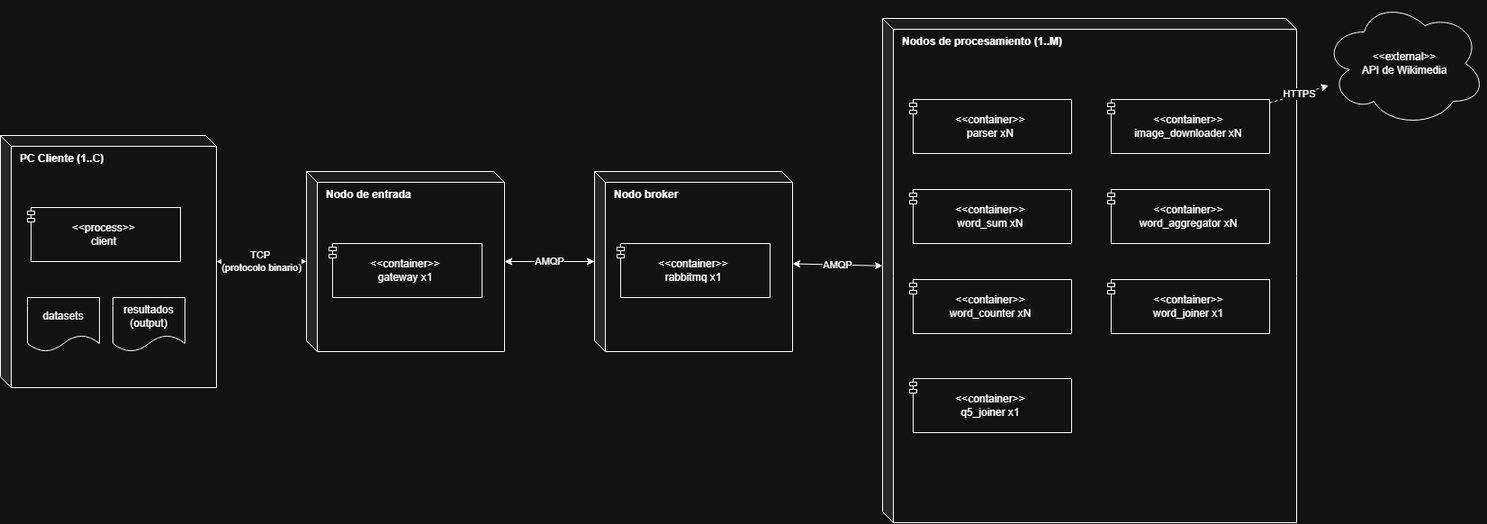
The draw.io diagram diseño/diagramas/despliegue.png in LuccaMarino/tp-grupal_Distribuidos, before a commit. Source tidied: cells renumbered, new cells last; positions are measured from the earlier drawing's top-left corner, leaving out a move shared by most shapes. Its diagram source:
```xml
<mxGraphModel>
  <root>
    <mxCell id="0" />
    <mxCell id="1" parent="0" />
    <mxCell id="2" value="PC Cliente (1..C)" style="shape=cube;whiteSpace=wrap;html=1;boundedLbl=1;backgroundOutline=1;darkOpacity=0.05;darkOpacity2=0.1;size=12;verticalAlign=top;align=left;spacingLeft=8;fontStyle=1;" parent="1" vertex="1">
      <mxGeometry y="150" width="240" height="280" as="geometry" />
    </mxCell>
    <mxCell id="3" value="&amp;lt;&amp;lt;process&amp;gt;&amp;gt;&lt;br&gt;client" style="html=1;whiteSpace=wrap;shape=module;jettyWidth=8;jettyHeight=4;" parent="2" vertex="1">
      <mxGeometry x="30" y="80" width="170" height="60" as="geometry" />
    </mxCell>
    <mxCell id="4" value="datasets" style="shape=document;whiteSpace=wrap;html=1;boundedLbl=1;" parent="2" vertex="1">
      <mxGeometry x="30" y="180" width="80" height="60" as="geometry" />
    </mxCell>
    <mxCell id="5" value="resultados&lt;br&gt;(output)" style="shape=document;whiteSpace=wrap;html=1;boundedLbl=1;" parent="2" vertex="1">
      <mxGeometry x="125" y="180" width="80" height="60" as="geometry" />
    </mxCell>
    <mxCell id="6" value="Nodo de entrada" style="shape=cube;whiteSpace=wrap;html=1;boundedLbl=1;backgroundOutline=1;darkOpacity=0.05;darkOpacity2=0.1;size=12;verticalAlign=top;align=left;spacingLeft=8;fontStyle=1;" parent="1" vertex="1">
      <mxGeometry x="340" y="190" width="220" height="200" as="geometry" />
    </mxCell>
    <mxCell id="7" value="&amp;lt;&amp;lt;container&amp;gt;&amp;gt;&lt;br&gt;gateway x1" style="html=1;whiteSpace=wrap;shape=module;jettyWidth=8;jettyHeight=4;" parent="6" vertex="1">
      <mxGeometry x="25" y="80" width="170" height="60" as="geometry" />
    </mxCell>
    <mxCell id="8" value="Nodo broker" style="shape=cube;whiteSpace=wrap;html=1;boundedLbl=1;backgroundOutline=1;darkOpacity=0.05;darkOpacity2=0.1;size=12;verticalAlign=top;align=left;spacingLeft=8;fontStyle=1;" parent="1" vertex="1">
      <mxGeometry x="660" y="190" width="220" height="200" as="geometry" />
    </mxCell>
    <mxCell id="9" value="&amp;lt;&amp;lt;container&amp;gt;&amp;gt;&lt;br&gt;rabbitmq x1" style="html=1;whiteSpace=wrap;shape=module;jettyWidth=8;jettyHeight=4;" parent="8" vertex="1">
      <mxGeometry x="25" y="80" width="170" height="60" as="geometry" />
    </mxCell>
    <mxCell id="10" value="Nodos de procesamiento (1..M)" style="shape=cube;whiteSpace=wrap;html=1;boundedLbl=1;backgroundOutline=1;darkOpacity=0.05;darkOpacity2=0.1;size=12;verticalAlign=top;align=left;spacingLeft=8;fontStyle=1;" parent="1" vertex="1">
      <mxGeometry x="980" y="20" width="460" height="560" as="geometry" />
    </mxCell>
    <mxCell id="11" value="&amp;lt;&amp;lt;container&amp;gt;&amp;gt;&lt;br&gt;parser xN" style="html=1;whiteSpace=wrap;shape=module;jettyWidth=8;jettyHeight=4;" parent="10" vertex="1">
      <mxGeometry x="30" y="90" width="180" height="60" as="geometry" />
    </mxCell>
    <mxCell id="12" value="&amp;lt;&amp;lt;container&amp;gt;&amp;gt;&lt;br&gt;image_downloader xN" style="html=1;whiteSpace=wrap;shape=module;jettyWidth=8;jettyHeight=4;" parent="10" vertex="1">
      <mxGeometry x="250" y="90" width="180" height="60" as="geometry" />
    </mxCell>
    <mxCell id="13" value="&amp;lt;&amp;lt;container&amp;gt;&amp;gt;&lt;br&gt;word_sum xN" style="html=1;whiteSpace=wrap;shape=module;jettyWidth=8;jettyHeight=4;" parent="10" vertex="1">
      <mxGeometry x="30" y="190" width="180" height="60" as="geometry" />
    </mxCell>
    <mxCell id="14" value="&amp;lt;&amp;lt;container&amp;gt;&amp;gt;&lt;br&gt;word_aggregator xN" style="html=1;whiteSpace=wrap;shape=module;jettyWidth=8;jettyHeight=4;" parent="10" vertex="1">
      <mxGeometry x="250" y="190" width="180" height="60" as="geometry" />
    </mxCell>
    <mxCell id="15" value="&amp;lt;&amp;lt;container&amp;gt;&amp;gt;&lt;br&gt;word_counter xN" style="html=1;whiteSpace=wrap;shape=module;jettyWidth=8;jettyHeight=4;" parent="10" vertex="1">
      <mxGeometry x="30" y="290" width="180" height="60" as="geometry" />
    </mxCell>
    <mxCell id="16" value="&amp;lt;&amp;lt;container&amp;gt;&amp;gt;&lt;br&gt;word_joiner x1" style="html=1;whiteSpace=wrap;shape=module;jettyWidth=8;jettyHeight=4;" parent="10" vertex="1">
      <mxGeometry x="250" y="290" width="180" height="60" as="geometry" />
    </mxCell>
    <mxCell id="17" value="&amp;lt;&amp;lt;container&amp;gt;&amp;gt;&lt;br&gt;q5_joiner x1" style="html=1;whiteSpace=wrap;shape=module;jettyWidth=8;jettyHeight=4;" parent="10" vertex="1">
      <mxGeometry x="30" y="400" width="180" height="60" as="geometry" />
    </mxCell>
    <mxCell id="18" value="&amp;lt;&amp;lt;external&amp;gt;&amp;gt;&lt;br&gt;API de Wikimedia" style="ellipse;shape=cloud;whiteSpace=wrap;html=1;" parent="1" vertex="1">
      <mxGeometry x="1470" width="180" height="140" as="geometry" />
    </mxCell>
    <mxCell id="19" value="TCP&amp;nbsp;&lt;br&gt;(protocolo binario)" style="endArrow=classic;startArrow=classic;html=1;exitX=1;exitY=0.5;entryX=0;entryY=0.5;" parent="1" edge="1" source="2" target="6">
      <mxGeometry relative="1" as="geometry" />
    </mxCell>
    <mxCell id="20" value="AMQP" style="endArrow=classic;startArrow=classic;html=1;" parent="1" edge="1" source="6" target="8">
      <mxGeometry relative="1" as="geometry" />
    </mxCell>
    <mxCell id="21" value="AMQP" style="endArrow=classic;startArrow=classic;html=1;" parent="1" edge="1" source="8" target="10">
      <mxGeometry relative="1" as="geometry" />
    </mxCell>
    <mxCell id="22" value="HTTPS" style="endArrow=classic;html=1;dashed=1;" parent="1" edge="1" source="12" target="18">
      <mxGeometry relative="1" as="geometry" />
    </mxCell>
  </root>
</mxGraphModel>
```
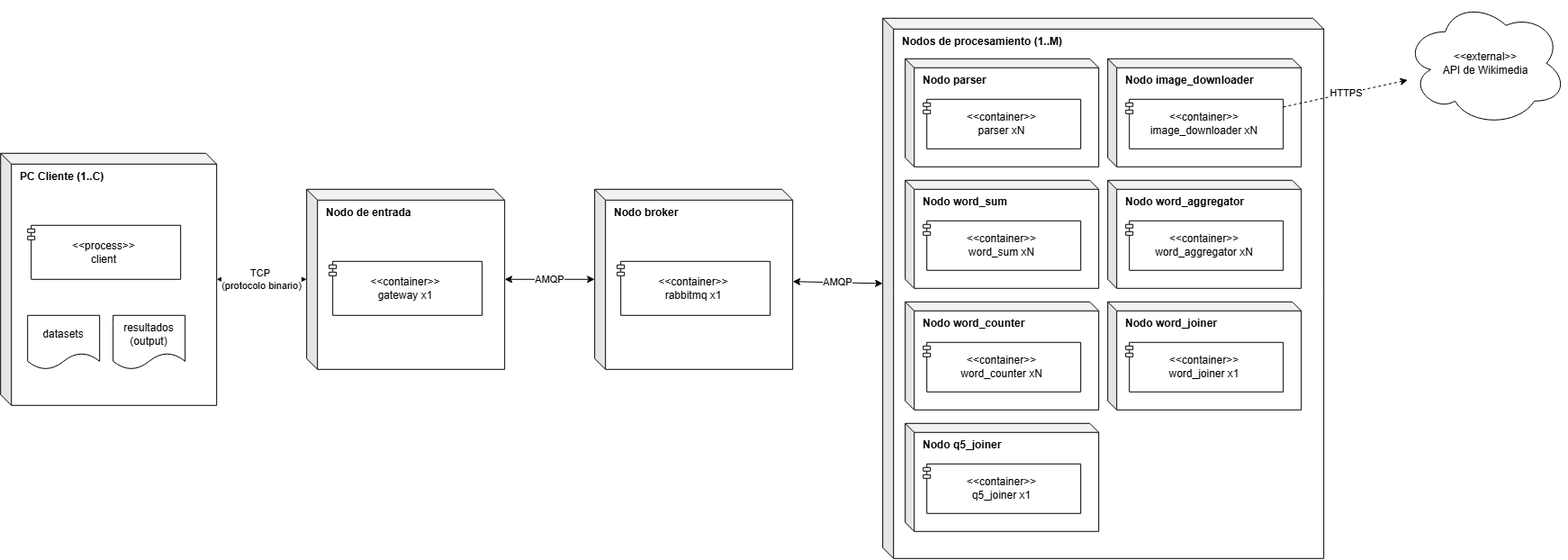
The same diagram one commit later.

Change to the diagram source:
```diff
@@ -27,31 +27,52 @@
       <mxGeometry x="25" y="80" width="170" height="60" as="geometry" />
     </mxCell>
     <mxCell id="10" value="Nodos de procesamiento (1..M)" style="shape=cube;whiteSpace=wrap;html=1;boundedLbl=1;backgroundOutline=1;darkOpacity=0.05;darkOpacity2=0.1;size=12;verticalAlign=top;align=left;spacingLeft=8;fontStyle=1;" parent="1" vertex="1">
-      <mxGeometry x="980" y="20" width="460" height="560" as="geometry" />
+      <mxGeometry x="980" width="490" height="600" as="geometry" />
     </mxCell>
+    <mxCell id="23" value="Nodo parser" style="shape=cube;whiteSpace=wrap;html=1;boundedLbl=1;backgroundOutline=1;darkOpacity=0.05;darkOpacity2=0.1;size=10;verticalAlign=top;align=left;spacingLeft=8;fontStyle=1;" parent="10" vertex="1">
+      <mxGeometry x="25" y="45" width="215" height="120" as="geometry" />
+    </mxCell>
-    <mxCell id="11" value="&amp;lt;&amp;lt;container&amp;gt;&amp;gt;&lt;br&gt;parser xN" style="html=1;whiteSpace=wrap;shape=module;jettyWidth=8;jettyHeight=4;" parent="10" vertex="1">
-      <mxGeometry x="30" y="90" width="180" height="60" as="geometry" />
+    <mxCell id="11" value="&amp;lt;&amp;lt;container&amp;gt;&amp;gt;&lt;br&gt;parser xN" style="html=1;whiteSpace=wrap;shape=module;jettyWidth=8;jettyHeight=4;" parent="23" vertex="1">
+      <mxGeometry x="20" y="45" width="175" height="55" as="geometry" />
     </mxCell>
+    <mxCell id="24" value="Nodo image_downloader" style="shape=cube;whiteSpace=wrap;html=1;boundedLbl=1;backgroundOutline=1;darkOpacity=0.05;darkOpacity2=0.1;size=10;verticalAlign=top;align=left;spacingLeft=8;fontStyle=1;" parent="10" vertex="1">
+      <mxGeometry x="250" y="45" width="215" height="120" as="geometry" />
+    </mxCell>
-    <mxCell id="12" value="&amp;lt;&amp;lt;container&amp;gt;&amp;gt;&lt;br&gt;image_downloader xN" style="html=1;whiteSpace=wrap;shape=module;jettyWidth=8;jettyHeight=4;" parent="10" vertex="1">
-      <mxGeometry x="250" y="90" width="180" height="60" as="geometry" />
+    <mxCell id="12" value="&amp;lt;&amp;lt;container&amp;gt;&amp;gt;&lt;br&gt;image_downloader xN" style="html=1;whiteSpace=wrap;shape=module;jettyWidth=8;jettyHeight=4;" parent="24" vertex="1">
+      <mxGeometry x="20" y="45" width="175" height="55" as="geometry" />
     </mxCell>
+    <mxCell id="25" value="Nodo word_sum" style="shape=cube;whiteSpace=wrap;html=1;boundedLbl=1;backgroundOutline=1;darkOpacity=0.05;darkOpacity2=0.1;size=10;verticalAlign=top;align=left;spacingLeft=8;fontStyle=1;" parent="10" vertex="1">
+      <mxGeometry x="25" y="180" width="215" height="120" as="geometry" />
+    </mxCell>
-    <mxCell id="13" value="&amp;lt;&amp;lt;container&amp;gt;&amp;gt;&lt;br&gt;word_sum xN" style="html=1;whiteSpace=wrap;shape=module;jettyWidth=8;jettyHeight=4;" parent="10" vertex="1">
-      <mxGeometry x="30" y="190" width="180" height="60" as="geometry" />
+    <mxCell id="13" value="&amp;lt;&amp;lt;container&amp;gt;&amp;gt;&lt;br&gt;word_sum xN" style="html=1;whiteSpace=wrap;shape=module;jettyWidth=8;jettyHeight=4;" parent="25" vertex="1">
+      <mxGeometry x="20" y="45" width="175" height="55" as="geometry" />
     </mxCell>
+    <mxCell id="26" value="Nodo word_aggregator" style="shape=cube;whiteSpace=wrap;html=1;boundedLbl=1;backgroundOutline=1;darkOpacity=0.05;darkOpacity2=0.1;size=10;verticalAlign=top;align=left;spacingLeft=8;fontStyle=1;" parent="10" vertex="1">
+      <mxGeometry x="250" y="180" width="215" height="120" as="geometry" />
+    </mxCell>
-    <mxCell id="14" value="&amp;lt;&amp;lt;container&amp;gt;&amp;gt;&lt;br&gt;word_aggregator xN" style="html=1;whiteSpace=wrap;shape=module;jettyWidth=8;jettyHeight=4;" parent="10" vertex="1">
-      <mxGeometry x="250" y="190" width="180" height="60" as="geometry" />
+    <mxCell id="14" value="&amp;lt;&amp;lt;container&amp;gt;&amp;gt;&lt;br&gt;word_aggregator xN" style="html=1;whiteSpace=wrap;shape=module;jettyWidth=8;jettyHeight=4;" parent="26" vertex="1">
+      <mxGeometry x="20" y="45" width="175" height="55" as="geometry" />
     </mxCell>
+    <mxCell id="27" value="Nodo word_counter" style="shape=cube;whiteSpace=wrap;html=1;boundedLbl=1;backgroundOutline=1;darkOpacity=0.05;darkOpacity2=0.1;size=10;verticalAlign=top;align=left;spacingLeft=8;fontStyle=1;" parent="10" vertex="1">
+      <mxGeometry x="25" y="315" width="215" height="120" as="geometry" />
+    </mxCell>
-    <mxCell id="15" value="&amp;lt;&amp;lt;container&amp;gt;&amp;gt;&lt;br&gt;word_counter xN" style="html=1;whiteSpace=wrap;shape=module;jettyWidth=8;jettyHeight=4;" parent="10" vertex="1">
-      <mxGeometry x="30" y="290" width="180" height="60" as="geometry" />
+    <mxCell id="15" value="&amp;lt;&amp;lt;container&amp;gt;&amp;gt;&lt;br&gt;word_counter xN" style="html=1;whiteSpace=wrap;shape=module;jettyWidth=8;jettyHeight=4;" parent="27" vertex="1">
+      <mxGeometry x="20" y="45" width="175" height="55" as="geometry" />
     </mxCell>
+    <mxCell id="28" value="Nodo word_joiner" style="shape=cube;whiteSpace=wrap;html=1;boundedLbl=1;backgroundOutline=1;darkOpacity=0.05;darkOpacity2=0.1;size=10;verticalAlign=top;align=left;spacingLeft=8;fontStyle=1;" parent="10" vertex="1">
+      <mxGeometry x="250" y="315" width="215" height="120" as="geometry" />
+    </mxCell>
-    <mxCell id="16" value="&amp;lt;&amp;lt;container&amp;gt;&amp;gt;&lt;br&gt;word_joiner x1" style="html=1;whiteSpace=wrap;shape=module;jettyWidth=8;jettyHeight=4;" parent="10" vertex="1">
-      <mxGeometry x="250" y="290" width="180" height="60" as="geometry" />
+    <mxCell id="16" value="&amp;lt;&amp;lt;container&amp;gt;&amp;gt;&lt;br&gt;word_joiner x1" style="html=1;whiteSpace=wrap;shape=module;jettyWidth=8;jettyHeight=4;" parent="28" vertex="1">
+      <mxGeometry x="20" y="45" width="175" height="55" as="geometry" />
     </mxCell>
+    <mxCell id="29" value="Nodo q5_joiner" style="shape=cube;whiteSpace=wrap;html=1;boundedLbl=1;backgroundOutline=1;darkOpacity=0.05;darkOpacity2=0.1;size=10;verticalAlign=top;align=left;spacingLeft=8;fontStyle=1;" parent="10" vertex="1">
+      <mxGeometry x="25" y="450" width="215" height="120" as="geometry" />
+    </mxCell>
-    <mxCell id="17" value="&amp;lt;&amp;lt;container&amp;gt;&amp;gt;&lt;br&gt;q5_joiner x1" style="html=1;whiteSpace=wrap;shape=module;jettyWidth=8;jettyHeight=4;" parent="10" vertex="1">
-      <mxGeometry x="30" y="400" width="180" height="60" as="geometry" />
+    <mxCell id="17" value="&amp;lt;&amp;lt;container&amp;gt;&amp;gt;&lt;br&gt;q5_joiner x1" style="html=1;whiteSpace=wrap;shape=module;jettyWidth=8;jettyHeight=4;" parent="29" vertex="1">
+      <mxGeometry x="20" y="45" width="175" height="55" as="geometry" />
     </mxCell>
     <mxCell id="18" value="&amp;lt;&amp;lt;external&amp;gt;&amp;gt;&lt;br&gt;API de Wikimedia" style="ellipse;shape=cloud;whiteSpace=wrap;html=1;" parent="1" vertex="1">
-      <mxGeometry x="1470" width="180" height="140" as="geometry" />
+      <mxGeometry x="1560" y="-20" width="180" height="140" as="geometry" />
     </mxCell>
     <mxCell id="19" value="TCP&amp;nbsp;&lt;br&gt;(protocolo binario)" style="endArrow=classic;startArrow=classic;html=1;exitX=1;exitY=0.5;entryX=0;entryY=0.5;" parent="1" edge="1" source="2" target="6">
       <mxGeometry relative="1" as="geometry" />
```
